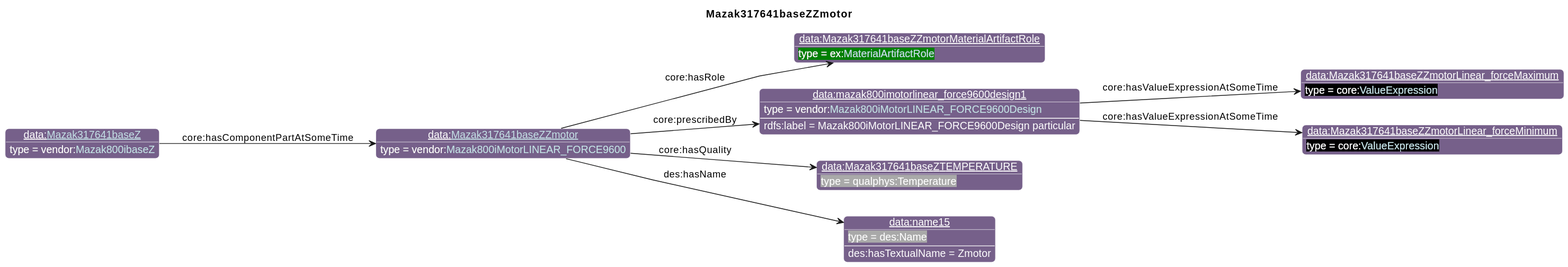
iofoundry/example-syseng-mtconnect keeps this PlantUML diagram as diagrams/Mazak317641baseZZmotor.svg. Above is the earlier version. Source of this version:
```plantuml
@startuml
!include ../iof.iuml

<style>
object {
  HyperlinkColor #C4E1E6
}
</style>

left to right direction
skinparam linetype polyline
title Mazak317641baseZZmotor

!$default_direction = down

!$namespace_colors = { "bfo":"DFA702",
                      "iof":"1E90FF",
                      "ns":"Green",
                      "ns1":"76608A",
                      "core":"000000",
                      "ex":"Green",
                      "data":"76608A",
                      "vendor":"76608A",
                      "units":"8A2D3B",
                      "cmns-dsg":"3A0519",
                      "qp":"641B2E"
      }
individual(o0, data:[[./Mazak317641baseZZmotor.html Mazak317641baseZZmotor]], vendor:[[../Mazak.html#Mazak800iMotorLINEAR_FORCE9600 Mazak800iMotorLINEAR_FORCE9600]])
individual(o1, data:Mazak317641baseZZmotorMaterialArtifactRole, ex:[[../Example.html#MaterialArtifactRole MaterialArtifactRole]])
individual(o2, data:mazak800imotorlinear_force9600design1, vendor:[[../Mazak.html#Mazak800iMotorLINEAR_FORCE9600Design Mazak800iMotorLINEAR_FORCE9600Design]])
individual(o3, data:Mazak317641baseZZmotorLinear_forceMaximum, core:[[https://spec.industrialontologies.org/ontology/core/Core/ValueExpression ValueExpression]])
individual(o4, data:Mazak317641baseZZmotorLinear_forceMinimum, core:[[https://spec.industrialontologies.org/ontology/core/Core/ValueExpression ValueExpression]])
individual(o5, data:Mazak317641baseZTEMPERATURE, qualphys:Temperature)
individual(o6, data:name15, des:Name)
individual(o7, data:[[./Mazak317641baseZ.html Mazak317641baseZ]], vendor:[[../Mazak.html#Mazak800ibaseZ Mazak800ibaseZ]])
property(o0, "core:hasRole", o1)
property(o0, "core:prescribedBy", o2)
data(o2, "rdfs:label", "Mazak800iMotorLINEAR_FORCE9600Design particular")
property(o2, "core:hasValueExpressionAtSomeTime", o3)
property(o2, "core:hasValueExpressionAtSomeTime", o4)
property(o0, "core:hasQuality", o5)
property(o0, "des:hasName", o6)
data(o6, "des:hasTextualName", "Zmotor")
property(o7, "core:hasComponentPartAtSomeTime", o0)
@enduml
```
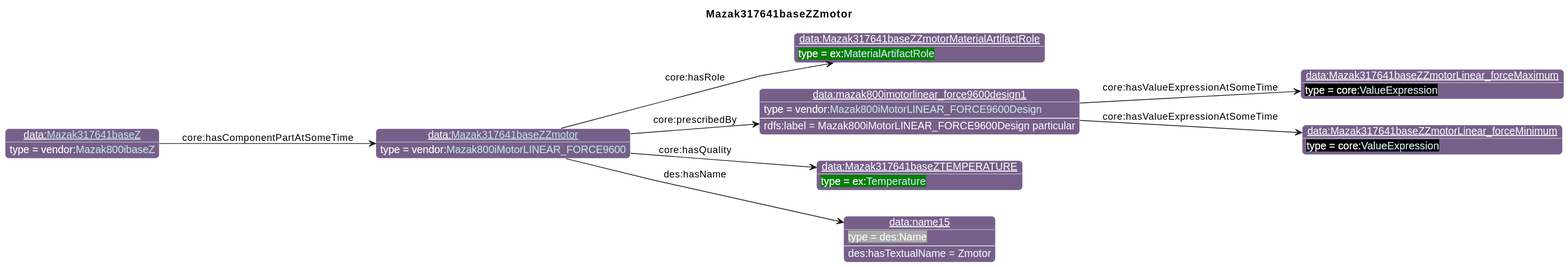
Above is the later version.

Diff of the diagram source:
```diff
@@ -30,7 +30,7 @@
 individual(o2, data:mazak800imotorlinear_force9600design1, vendor:[[../Mazak.html#Mazak800iMotorLINEAR_FORCE9600Design Mazak800iMotorLINEAR_FORCE9600Design]])
 individual(o3, data:Mazak317641baseZZmotorLinear_forceMaximum, core:[[https://spec.industrialontologies.org/ontology/core/Core/ValueExpression ValueExpression]])
 individual(o4, data:Mazak317641baseZZmotorLinear_forceMinimum, core:[[https://spec.industrialontologies.org/ontology/core/Core/ValueExpression ValueExpression]])
-individual(o5, data:Mazak317641baseZTEMPERATURE, qualphys:Temperature)
+individual(o5, data:Mazak317641baseZTEMPERATURE, ex:[[../Example.html#Temperature Temperature]])
 individual(o6, data:name15, des:Name)
 individual(o7, data:[[./Mazak317641baseZ.html Mazak317641baseZ]], vendor:[[../Mazak.html#Mazak800ibaseZ Mazak800ibaseZ]])
 property(o0, "core:hasRole", o1)
```
